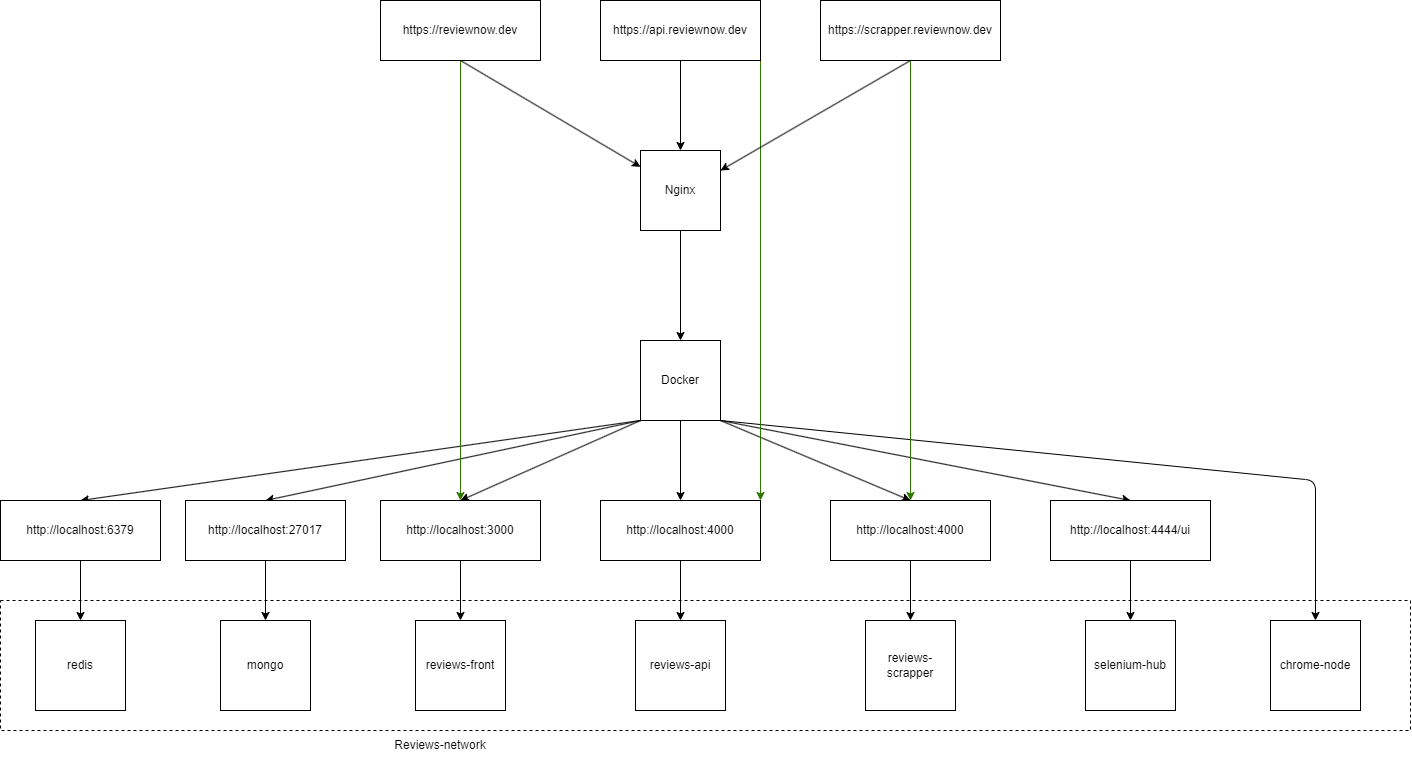
The draw.io diagram infra.png in BrianValdiviesoDev/reviewshub, before a commit. Source tidied: cells renumbered, new cells last; positions are measured from the earlier drawing's top-left corner, leaving out a move shared by most shapes.
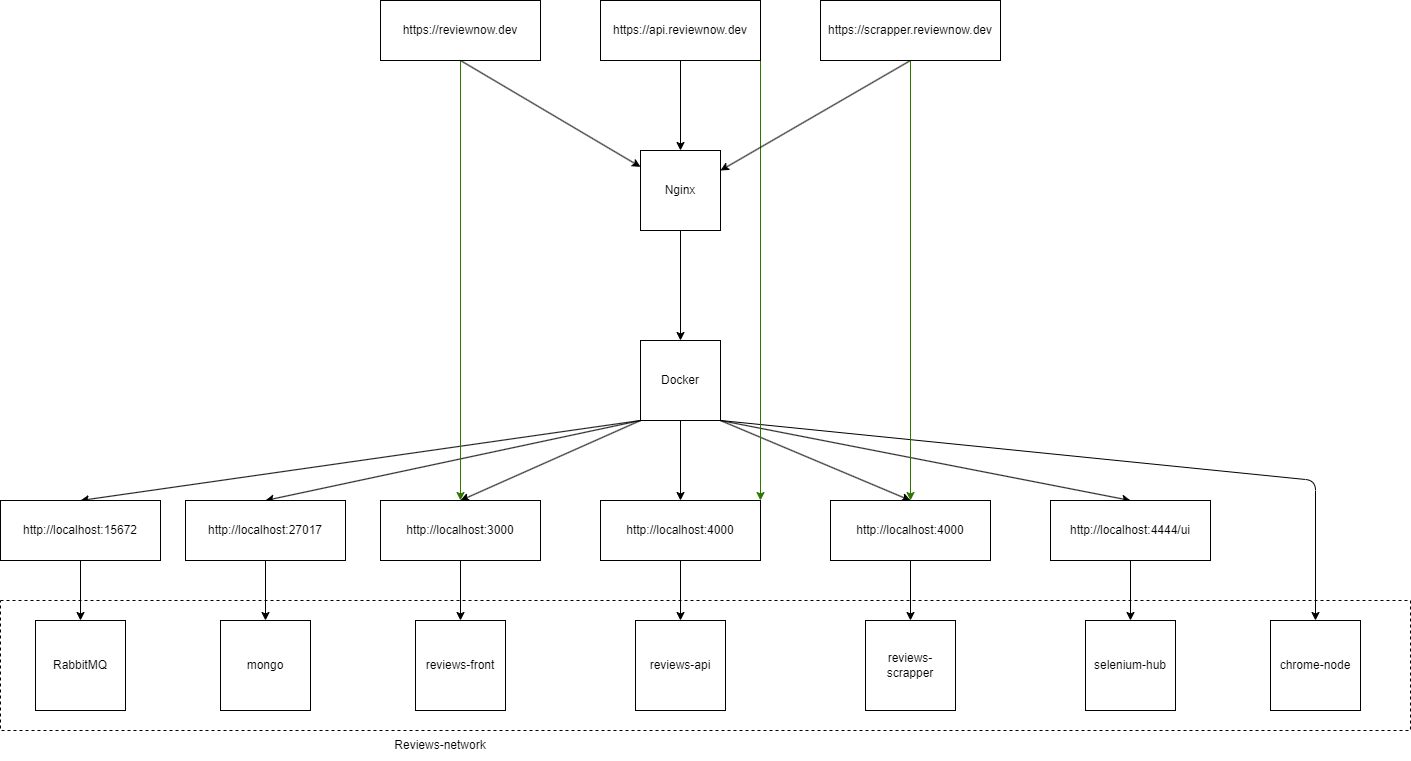
After the change.

Diff of the diagram source:
```diff
@@ -122,13 +122,13 @@
     <mxCell id="37" value="http://localhost:27017" style="rounded=0;whiteSpace=wrap;html=1;" parent="1" vertex="1">
       <mxGeometry x="185" y="500" width="160" height="60" as="geometry" />
     </mxCell>
-    <mxCell id="38" value="redis" style="whiteSpace=wrap;html=1;" parent="1" vertex="1">
+    <mxCell id="38" value="RabbitMQ" style="whiteSpace=wrap;html=1;" parent="1" vertex="1">
       <mxGeometry x="35" y="620" width="90" height="90" as="geometry" />
     </mxCell>
     <mxCell id="39" style="edgeStyle=none;html=1;exitX=0.5;exitY=1;exitDx=0;exitDy=0;entryX=0.5;entryY=0;entryDx=0;entryDy=0;" parent="1" edge="1" source="40" target="38">
       <mxGeometry relative="1" as="geometry" />
     </mxCell>
-    <mxCell id="40" value="http://localhost:6379" style="rounded=0;whiteSpace=wrap;html=1;" parent="1" vertex="1">
+    <mxCell id="40" value="http://localhost:15672" style="rounded=0;whiteSpace=wrap;html=1;" parent="1" vertex="1">
       <mxGeometry y="500" width="160" height="60" as="geometry" />
     </mxCell>
     <mxCell id="41" value="Nginx" style="whiteSpace=wrap;html=1;fillColor=default;" parent="1" vertex="1">
```
